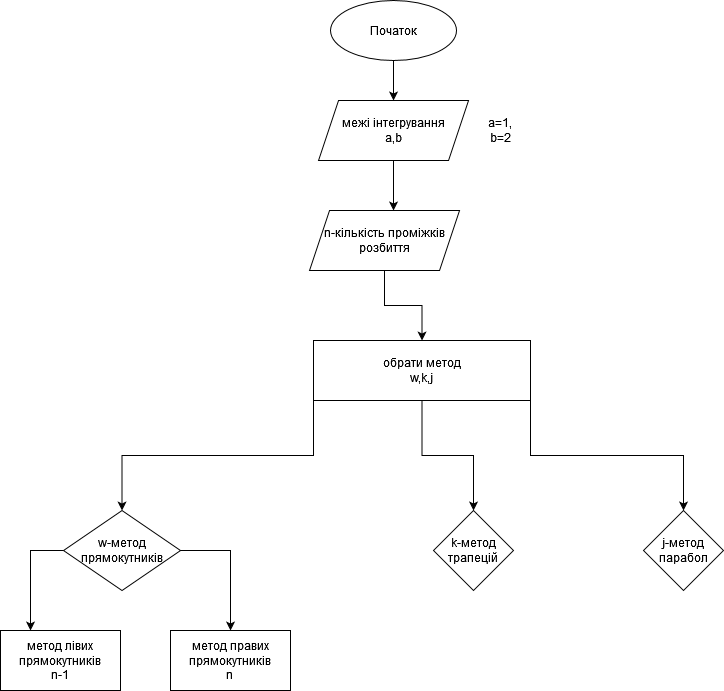
VolodymyrLutskevych-PE-12/Lab_2_Volodymyr-Lutskevych_PE-12_-1- keeps this draw.io diagram as Untitled Diagram.drawio.png. Above is the earlier version. Source tidied: cells renumbered, new cells last; positions are measured from the earlier drawing's top-left corner, leaving out a move shared by most shapes.
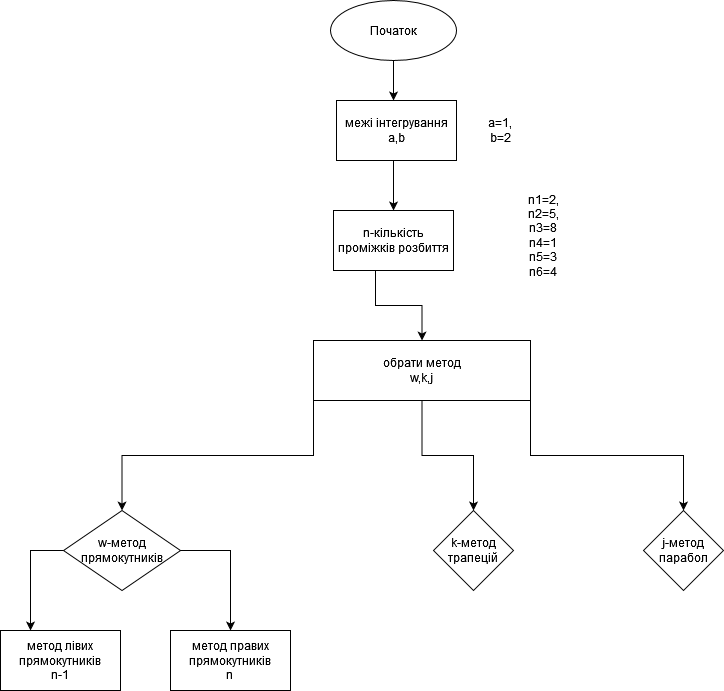
Above is the later version.

Diff of the diagram source:
```diff
@@ -10,20 +10,17 @@
     <mxCell id="3" value="Початок" style="ellipse;whiteSpace=wrap;html=1;" parent="1" vertex="1">
       <mxGeometry x="330" width="126" height="60" as="geometry" />
     </mxCell>
-    <mxCell id="4" style="edgeStyle=orthogonalEdgeStyle;rounded=0;jettySize=auto;html=1;exitX=0.5;exitY=1;exitDx=0;exitDy=0;" parent="1" edge="1" source="5">
+    <mxCell id="4" style="edgeStyle=orthogonalEdgeStyle;rounded=0;orthogonalLoop=1;jettySize=auto;html=1;exitX=0.5;exitY=1;exitDx=0;exitDy=0;" parent="1" edge="1">
       <mxGeometry relative="1" as="geometry">
+        <mxPoint x="393" y="160" as="sourcePoint" />
         <mxPoint x="393" y="210" as="targetPoint" />
       </mxGeometry>
     </mxCell>
-    <mxCell id="5" value="&lt;div&gt;межі інтегрування &lt;/div&gt;a,b" style="shape=parallelogram;perimeter=parallelogramPerimeter;whiteSpace=wrap;html=1;fixedSize=1;" parent="1" vertex="1">
-      <mxGeometry x="318" y="100" width="150" height="60" as="geometry" />
-    </mxCell>
-    <mxCell id="6" style="edgeStyle=orthogonalEdgeStyle;rounded=0;jettySize=auto;html=1;exitX=0.5;exitY=1;exitDx=0;exitDy=0;" parent="1" edge="1" source="7" target="19">
-      <mxGeometry relative="1" as="geometry" />
+    <mxCell id="6" style="edgeStyle=orthogonalEdgeStyle;rounded=0;jettySize=auto;html=1;exitX=0.5;exitY=1;exitDx=0;exitDy=0;" parent="1" edge="1" target="19">
+      <mxGeometry relative="1" as="geometry">
+        <mxPoint x="375" y="270" as="sourcePoint" />
+      </mxGeometry>
     </mxCell>
-    <mxCell id="7" value="n-кількість проміжків розбиття" style="shape=parallelogram;perimeter=parallelogramPerimeter;whiteSpace=wrap;html=1;fixedSize=1;" parent="1" vertex="1">
-      <mxGeometry x="309" y="210" width="150" height="60" as="geometry" />
-    </mxCell>
     <mxCell id="8" style="edgeStyle=orthogonalEdgeStyle;rounded=0;jettySize=auto;html=1;exitX=1;exitY=0.5;exitDx=0;exitDy=0;entryX=0.5;entryY=0;entryDx=0;entryDy=0;" parent="1" edge="1" source="10" target="14">
       <mxGeometry relative="1" as="geometry" />
     </mxCell>
@@ -60,5 +57,14 @@
     <mxCell id="19" value="&lt;div&gt;обрати метод&lt;/div&gt;w,k,j" style="rounded=0;whiteSpace=wrap;html=1;" parent="1" vertex="1">
       <mxGeometry x="313" y="340" width="217" height="60" as="geometry" />
     </mxCell>
+    <mxCell id="7" value="n-кількість проміжків розбиття" style="rounded=0;whiteSpace=wrap;html=1;" parent="1" vertex="1">
+      <mxGeometry x="333" y="210" width="120" height="60" as="geometry" />
+    </mxCell>
+    <mxCell id="5" value="&lt;div&gt;межі інтегрування &lt;/div&gt;a,b" style="rounded=0;whiteSpace=wrap;html=1;" parent="1" vertex="1">
+      <mxGeometry x="336" y="100" width="120" height="60" as="geometry" />
+    </mxCell>
+    <mxCell id="20" value="&lt;div&gt;n1=2, n2=5,&lt;/div&gt;&lt;div&gt;n3=8&lt;/div&gt;&lt;div&gt;n4=1&lt;/div&gt;&lt;div&gt;n5=3&lt;/div&gt;&lt;div&gt;n6=4&lt;br&gt;&lt;/div&gt;" style="text;html=1;strokeColor=none;fillColor=none;align=center;verticalAlign=middle;whiteSpace=wrap;rounded=0;" parent="1" vertex="1">
+      <mxGeometry x="513" y="220" width="60" height="30" as="geometry" />
+    </mxCell>
   </root>
 </mxGraphModel>
```
